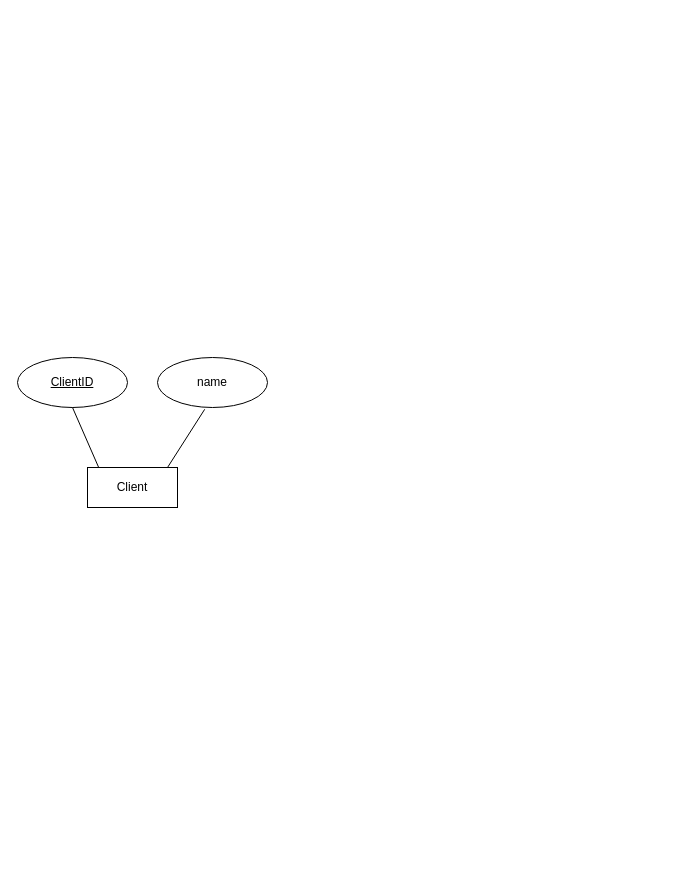
The draw.io diagram Q2.drawio in JeremyCrete/363A1, before the edit. Source tidied: cells renumbered, new cells numbered last; positions are measured from the earlier drawing's top-left corner, leaving out a move shared by most shapes. Both pictures are drawn from the tidied source at 100%, with x=0, y=0 at pixel (17, 357).
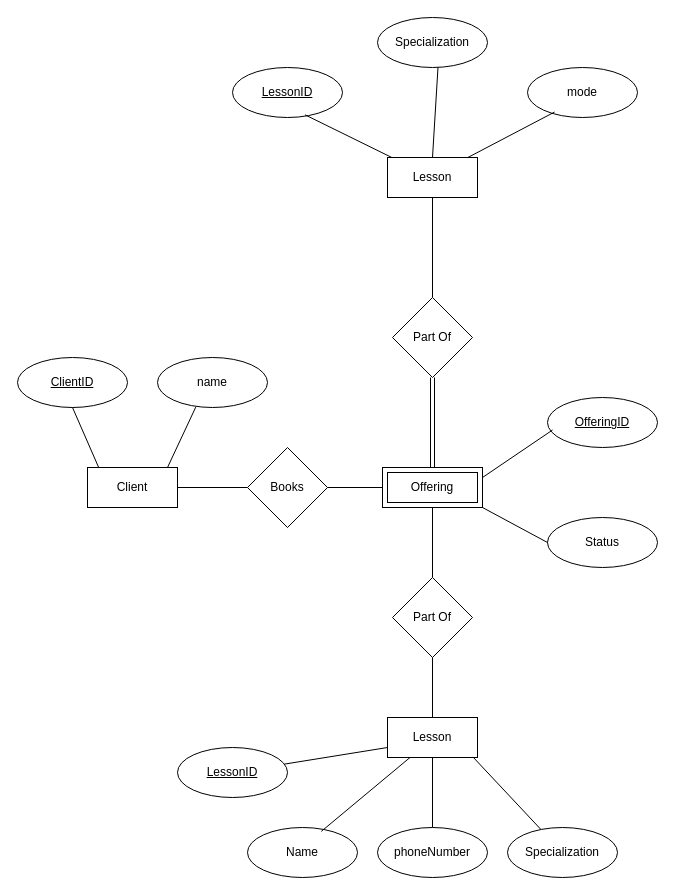
Above is the later version.

The change refers to these unchanged cells:
```xml
<mxCell id="2" value="Client" style="rounded=0;whiteSpace=wrap;html=1;" parent="1" vertex="1">
  <mxGeometry x="70" y="110" width="90" height="40" as="geometry" />
</mxCell>
<mxCell id="5" value="name" style="ellipse;whiteSpace=wrap;html=1;" parent="1" vertex="1">
  <mxGeometry x="140" width="110" height="50" as="geometry" />
</mxCell>
```

Change to the diagram source:
```diff
@@
-    <mxCell id="6" style="endArrow=none;html=1;rounded=0;entryX=0.429;entryY=1.036;entryDx=0;entryDy=0;entryPerimeter=0;exitX=0.889;exitY=0;exitDx=0;exitDy=0;exitPerimeter=0;" parent="1" edge="1" source="2" target="5">
+    <mxCell id="6" style="endArrow=none;html=1;rounded=0;exitX=0.889;exitY=0;exitDx=0;exitDy=0;exitPerimeter=0;entryX=0.348;entryY=0.992;entryDx=0;entryDy=0;entryPerimeter=0;" parent="1" edge="1" source="2" target="5">
       <mxGeometry relative="1" as="geometry" />
     </mxCell>
+    <mxCell id="7" style="edgeStyle=orthogonalEdgeStyle;rounded=0;jettySize=auto;html=1;endArrow=none;startFill=0;" parent="1" edge="1" source="8" target="28">
+      <mxGeometry relative="1" as="geometry" />
+    </mxCell>
+    <mxCell id="8" value="Offering" style="shape=ext;margin=3;double=1;whiteSpace=wrap;html=1;align=center;" parent="1" vertex="1">
+      <mxGeometry x="365" y="110" width="100" height="40" as="geometry" />
+    </mxCell>
+    <mxCell id="9" style="edgeStyle=orthogonalEdgeStyle;rounded=0;jettySize=auto;html=1;exitX=0;exitY=0.5;exitDx=0;exitDy=0;entryX=1;entryY=0.5;entryDx=0;entryDy=0;strokeColor=default;startArrow=none;startFill=0;endArrow=none;" parent="1" edge="1" source="11" target="2">
+      <mxGeometry relative="1" as="geometry" />
+    </mxCell>
+    <mxCell id="10" style="edgeStyle=orthogonalEdgeStyle;rounded=0;jettySize=auto;html=1;endArrow=none;startFill=0;" parent="1" edge="1" source="11" target="8">
+      <mxGeometry relative="1" as="geometry" />
+    </mxCell>
+    <mxCell id="11" value="Books" style="rhombus;whiteSpace=wrap;html=1;" parent="1" vertex="1">
+      <mxGeometry x="230" y="90" width="80" height="80" as="geometry" />
+    </mxCell>
+    <mxCell id="12" value="Lesson" style="rounded=0;whiteSpace=wrap;html=1;" parent="1" vertex="1">
+      <mxGeometry x="370" y="-200" width="90" height="40" as="geometry" />
+    </mxCell>
+    <mxCell id="13" style="edgeStyle=orthogonalEdgeStyle;rounded=0;jettySize=auto;html=1;endArrow=none;startFill=0;" parent="1" edge="1" source="15" target="12">
+      <mxGeometry relative="1" as="geometry" />
+    </mxCell>
+    <mxCell id="14" style="edgeStyle=orthogonalEdgeStyle;rounded=0;jettySize=auto;html=1;shape=link;" parent="1" edge="1" source="15" target="8">
+      <mxGeometry relative="1" as="geometry" />
+    </mxCell>
+    <mxCell id="15" value="Part Of" style="rhombus;whiteSpace=wrap;html=1;" parent="1" vertex="1">
+      <mxGeometry x="375" y="-60" width="80" height="80" as="geometry" />
+    </mxCell>
+    <mxCell id="16" value="&lt;u&gt;LessonID&lt;/u&gt;" style="ellipse;whiteSpace=wrap;html=1;" parent="1" vertex="1">
+      <mxGeometry x="215" y="-290" width="110" height="50" as="geometry" />
+    </mxCell>
+    <mxCell id="17" value="Specialization" style="ellipse;whiteSpace=wrap;html=1;" parent="1" vertex="1">
+      <mxGeometry x="360" y="-340" width="110" height="50" as="geometry" />
+    </mxCell>
+    <mxCell id="18" value="mode" style="ellipse;whiteSpace=wrap;html=1;" parent="1" vertex="1">
+      <mxGeometry x="510" y="-290" width="110" height="50" as="geometry" />
+    </mxCell>
+    <mxCell id="19" style="endArrow=none;html=1;rounded=0;entryX=0.659;entryY=0.946;entryDx=0;entryDy=0;entryPerimeter=0;" parent="1" edge="1" source="12" target="16">
+      <mxGeometry relative="1" as="geometry" />
+    </mxCell>
+    <mxCell id="20" style="endArrow=none;html=1;rounded=0;entryX=0.55;entryY=0.994;entryDx=0;entryDy=0;entryPerimeter=0;exitX=0.5;exitY=0;exitDx=0;exitDy=0;" parent="1" edge="1" source="12" target="17">
+      <mxGeometry relative="1" as="geometry" />
+    </mxCell>
+    <mxCell id="21" style="endArrow=none;html=1;rounded=0;entryX=0.246;entryY=0.891;entryDx=0;entryDy=0;entryPerimeter=0;exitX=0.891;exitY=0.002;exitDx=0;exitDy=0;exitPerimeter=0;" parent="1" edge="1" source="12" target="18">
+      <mxGeometry relative="1" as="geometry" />
+    </mxCell>
+    <mxCell id="22" value="&lt;u&gt;OfferingID&lt;/u&gt;" style="ellipse;whiteSpace=wrap;html=1;" parent="1" vertex="1">
+      <mxGeometry x="530" y="40" width="110" height="50" as="geometry" />
+    </mxCell>
+    <mxCell id="23" value="Status" style="ellipse;whiteSpace=wrap;html=1;" parent="1" vertex="1">
+      <mxGeometry x="530" y="160" width="110" height="50" as="geometry" />
+    </mxCell>
+    <mxCell id="24" style="endArrow=none;html=1;rounded=0;entryX=0.046;entryY=0.65;entryDx=0;entryDy=0;entryPerimeter=0;exitX=1;exitY=0.25;exitDx=0;exitDy=0;" parent="1" edge="1" source="8" target="22">
+      <mxGeometry relative="1" as="geometry" />
+    </mxCell>
+    <mxCell id="25" style="endArrow=none;html=1;rounded=0;entryX=0;entryY=0.5;entryDx=0;entryDy=0;exitX=1;exitY=1;exitDx=0;exitDy=0;" parent="1" edge="1" source="8" target="23">
+      <mxGeometry relative="1" as="geometry" />
+    </mxCell>
+    <mxCell id="26" value="Lesson" style="rounded=0;whiteSpace=wrap;html=1;" parent="1" vertex="1">
+      <mxGeometry x="370" y="360" width="90" height="40" as="geometry" />
+    </mxCell>
+    <mxCell id="27" style="edgeStyle=orthogonalEdgeStyle;rounded=0;jettySize=auto;html=1;endArrow=none;startFill=0;" parent="1" edge="1" source="28" target="26">
+      <mxGeometry relative="1" as="geometry" />
+    </mxCell>
+    <mxCell id="28" value="Part Of" style="rhombus;whiteSpace=wrap;html=1;" parent="1" vertex="1">
+      <mxGeometry x="375" y="220" width="80" height="80" as="geometry" />
+    </mxCell>
+    <mxCell id="29" value="&lt;u&gt;LessonID&lt;/u&gt;" style="ellipse;whiteSpace=wrap;html=1;" parent="1" vertex="1">
+      <mxGeometry x="160" y="390" width="110" height="50" as="geometry" />
+    </mxCell>
+    <mxCell id="30" value="Name" style="ellipse;whiteSpace=wrap;html=1;" parent="1" vertex="1">
+      <mxGeometry x="230" y="470" width="110" height="50" as="geometry" />
+    </mxCell>
+    <mxCell id="31" value="phoneNumber" style="ellipse;whiteSpace=wrap;html=1;" parent="1" vertex="1">
+      <mxGeometry x="360" y="470" width="110" height="50" as="geometry" />
+    </mxCell>
+    <mxCell id="32" value="Specialization" style="ellipse;whiteSpace=wrap;html=1;" parent="1" vertex="1">
+      <mxGeometry x="490" y="470" width="110" height="50" as="geometry" />
+    </mxCell>
+    <mxCell id="33" style="endArrow=none;html=1;rounded=0;entryX=0;entryY=0.75;entryDx=0;entryDy=0;" parent="1" edge="1" source="29" target="26">
+      <mxGeometry relative="1" as="geometry" />
+    </mxCell>
+    <mxCell id="34" style="endArrow=none;html=1;rounded=0;entryX=0.25;entryY=1;entryDx=0;entryDy=0;exitX=0.671;exitY=0.078;exitDx=0;exitDy=0;exitPerimeter=0;" parent="1" edge="1" source="30" target="26">
+      <mxGeometry relative="1" as="geometry" />
+    </mxCell>
+    <mxCell id="35" style="endArrow=none;html=1;rounded=0;entryX=0.5;entryY=1;entryDx=0;entryDy=0;" parent="1" edge="1" source="31" target="26">
+      <mxGeometry relative="1" as="geometry" />
+    </mxCell>
+    <mxCell id="36" style="endArrow=none;html=1;rounded=0;entryX=0.949;entryY=0.986;entryDx=0;entryDy=0;entryPerimeter=0;" parent="1" edge="1" source="32" target="26">
+      <mxGeometry relative="1" as="geometry" />
+    </mxCell>
```
